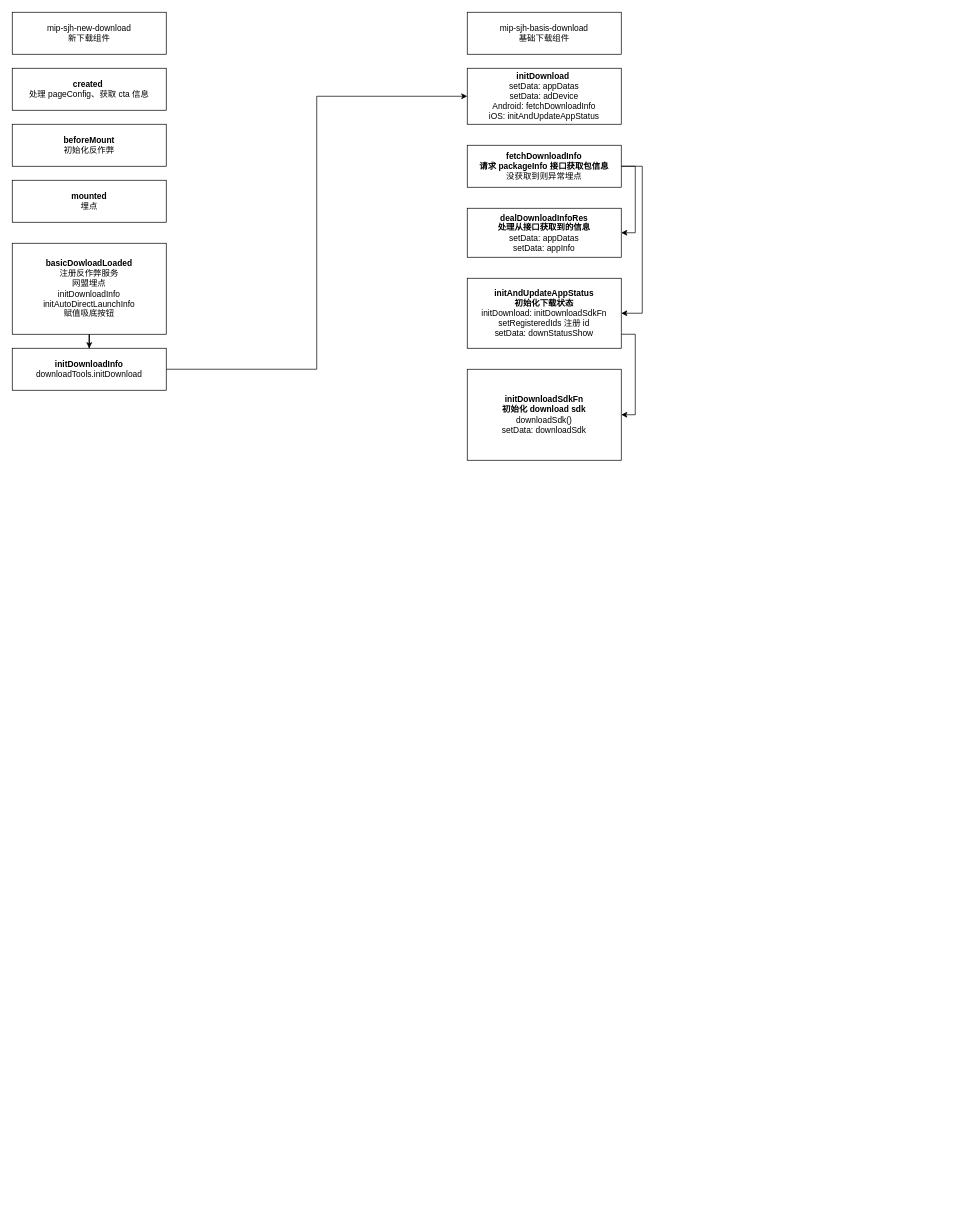
qqqqqcy/processon keeps this draw.io diagram as 下载逻辑关系图.drawio. Above is the earlier version. Source tidied: cells renumbered, new cells numbered last; positions are measured from the earlier drawing's top-left corner, leaving out a move shared by most shapes. Both pictures are drawn from the tidied source at 70%, with x=0, y=0 at pixel (12, 12).
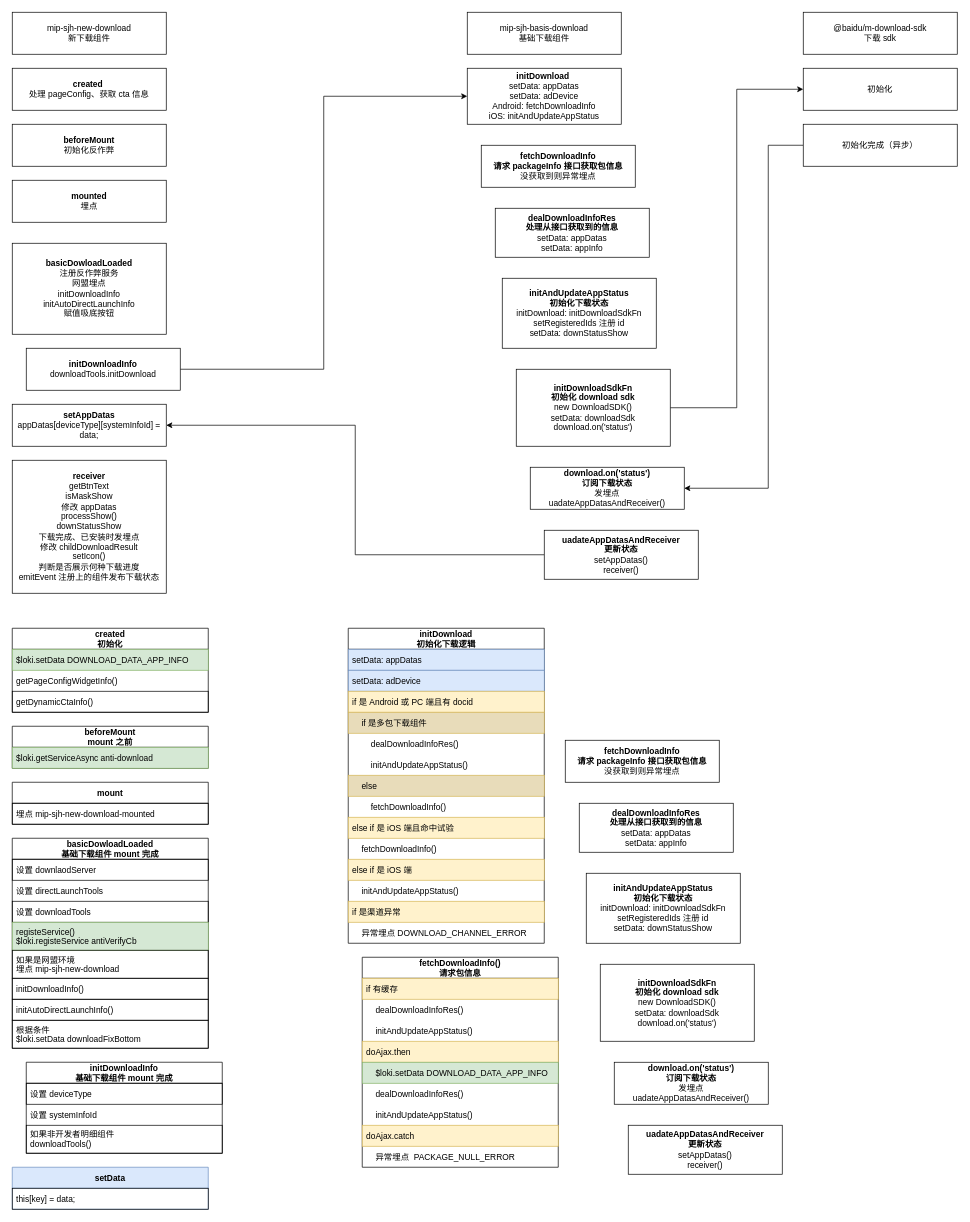
The same page after the edit.

Commit message (it also covers changes not shown here):
Update 下载逻辑关系图.drawio

The change refers to these unchanged cells:
```xml
<mxCell id="7" value="&lt;span&gt;&lt;b&gt;basicDowloadLoaded&lt;br&gt;&lt;/b&gt;注册反作弊服务&lt;br&gt;网盟埋点&lt;br&gt;&lt;/span&gt;initDownloadInfo&lt;br&gt;initAutoDirectLaunchInfo&lt;br&gt;&lt;span&gt;赋值吸底按钮&lt;br&gt;&lt;/span&gt;" style="rounded=0;whiteSpace=wrap;html=1;align=center;" parent="1" vertex="1">
  <mxGeometry y="330" width="220" height="130" as="geometry" />
</mxCell>
```

Change to the diagram source:
```diff
@@
-    <mxCell id="6" style="edgeStyle=orthogonalEdgeStyle;rounded=0;jettySize=auto;html=1;" parent="1" edge="1" source="7" target="9">
-      <mxGeometry relative="1" as="geometry" />
-    </mxCell>
@@
     <mxCell id="9" value="&lt;span&gt;&lt;b&gt;initDownloadInfo&lt;/b&gt;&lt;br&gt;downloadTools.initDownload&lt;br&gt;&lt;/span&gt;" style="whiteSpace=wrap;html=1;rounded=0;" parent="1" vertex="1">
-      <mxGeometry y="480" width="220" height="60" as="geometry" />
+      <mxGeometry x="20" y="480" width="220" height="60" as="geometry" />
     </mxCell>
@@
-    <mxCell id="12" style="edgeStyle=orthogonalEdgeStyle;rounded=0;jettySize=auto;html=1;entryX=1;entryY=0.5;entryDx=0;entryDy=0;exitX=1;exitY=0.5;exitDx=0;exitDy=0;jumpStyle=gap;" parent="1" edge="1" source="14" target="17">
-      <mxGeometry relative="1" as="geometry">
-        <Array as="points">
-          <mxPoint x="900" y="220" />
-          <mxPoint x="900" y="430" />
-        </Array>
-      </mxGeometry>
-    </mxCell>
-    <mxCell id="13" style="edgeStyle=orthogonalEdgeStyle;rounded=0;jumpStyle=gap;jettySize=auto;html=1;entryX=1;entryY=0.5;entryDx=0;entryDy=0;exitX=1;exitY=0.5;exitDx=0;exitDy=0;" parent="1" edge="1" source="14" target="15">
-      <mxGeometry relative="1" as="geometry" />
-    </mxCell>
     <mxCell id="14" value="&lt;b&gt;fetchDownloadInfo&lt;/b&gt;&lt;span&gt;&lt;br&gt;&lt;/span&gt;&lt;b&gt;请求 packageInfo 接口获取包信息&lt;br&gt;&lt;/b&gt;没获取到则异常埋点" style="rounded=0;whiteSpace=wrap;html=1;align=center;" parent="1" vertex="1">
-      <mxGeometry x="650" y="190" width="220" height="60" as="geometry" />
+      <mxGeometry x="670" y="190" width="220" height="60" as="geometry" />
     </mxCell>
     <mxCell id="15" value="&lt;span&gt;&lt;b&gt;dealDownloadInfoRes&lt;/b&gt;&lt;br&gt;&lt;/span&gt;&lt;b&gt;处理从接口获取到的信息&lt;br&gt;&lt;/b&gt;&lt;div&gt;setData: appDatas&lt;br&gt;&lt;/div&gt;&lt;div&gt;setData:&amp;nbsp;appInfo&lt;/div&gt;" style="rounded=0;whiteSpace=wrap;html=1;align=center;" parent="1" vertex="1">
-      <mxGeometry x="650" y="280" width="220" height="70" as="geometry" />
+      <mxGeometry x="690" y="280" width="220" height="70" as="geometry" />
     </mxCell>
-    <mxCell id="16" style="edgeStyle=orthogonalEdgeStyle;rounded=0;jumpStyle=gap;jettySize=auto;html=1;entryX=1;entryY=0.5;entryDx=0;entryDy=0;" parent="1" edge="1" source="17" target="18">
-      <mxGeometry relative="1" as="geometry">
-        <Array as="points">
-          <mxPoint x="890" y="460" />
-          <mxPoint x="890" y="575" />
-        </Array>
-      </mxGeometry>
-    </mxCell>
     <mxCell id="17" value="&lt;span&gt;&lt;b&gt;initAndUpdateAppStatus&lt;/b&gt;&lt;br&gt;&lt;/span&gt;&lt;b&gt;初始化下载状态&lt;br&gt;&lt;/b&gt;&lt;div&gt;initDownload: initDownloadSdkFn&lt;/div&gt;&lt;div&gt;setRegisteredIds 注册 id&lt;br&gt;&lt;/div&gt;&lt;div&gt;setData:&amp;nbsp;downStatusShow&lt;br&gt;&lt;/div&gt;" style="rounded=0;whiteSpace=wrap;html=1;align=center;" parent="1" vertex="1">
-      <mxGeometry x="650" y="380" width="220" height="100" as="geometry" />
+      <mxGeometry x="700" y="380" width="220" height="100" as="geometry" />
     </mxCell>
+    <mxCell id="19" style="edgeStyle=orthogonalEdgeStyle;rounded=0;jumpStyle=gap;jettySize=auto;html=1;entryX=0;entryY=0.5;entryDx=0;entryDy=0;" parent="1" edge="1" source="18" target="21">
+      <mxGeometry relative="1" as="geometry" />
+    </mxCell>
-    <mxCell id="18" value="&lt;span&gt;&lt;b&gt;initDownloadSdkFn&lt;/b&gt;&lt;br&gt;&lt;/span&gt;&lt;b&gt;初始化 download sdk&lt;/b&gt;&lt;br&gt;downloadSdk()&lt;br&gt;setData: downloadSdk" style="rounded=0;whiteSpace=wrap;html=1;align=center;" parent="1" vertex="1">
-      <mxGeometry x="650" y="510" width="220" height="130" as="geometry" />
+    <mxCell id="18" value="&lt;span&gt;&lt;b&gt;initDownloadSdkFn&lt;/b&gt;&lt;br&gt;&lt;/span&gt;&lt;b&gt;初始化 download sdk&lt;/b&gt;&lt;br&gt;new DownloadSDK()&lt;br&gt;setData: downloadSdk&lt;br&gt;download.on('status')" style="rounded=0;whiteSpace=wrap;html=1;align=center;" parent="1" vertex="1">
+      <mxGeometry x="720" y="510" width="220" height="110" as="geometry" />
     </mxCell>
+    <mxCell id="20" value="&lt;span&gt;@baidu/m-download-sdk&lt;br&gt;下载 sdk&lt;br&gt;&lt;/span&gt;" style="rounded=0;whiteSpace=wrap;html=1;align=center;" parent="1" vertex="1">
+      <mxGeometry x="1130" width="220" height="60" as="geometry" />
+    </mxCell>
+    <mxCell id="21" value="&lt;span&gt;初始化&lt;br&gt;&lt;/span&gt;" style="rounded=0;whiteSpace=wrap;html=1;align=center;" parent="1" vertex="1">
+      <mxGeometry x="1130" y="80" width="220" height="60" as="geometry" />
+    </mxCell>
+    <mxCell id="22" style="edgeStyle=orthogonalEdgeStyle;rounded=0;jumpStyle=gap;jettySize=auto;html=1;entryX=1;entryY=0.5;entryDx=0;entryDy=0;" parent="1" edge="1" source="23" target="24">
+      <mxGeometry relative="1" as="geometry">
+        <Array as="points">
+          <mxPoint x="1080" y="190" />
+          <mxPoint x="1080" y="680" />
+        </Array>
+      </mxGeometry>
+    </mxCell>
+    <mxCell id="23" value="&lt;span&gt;初始化完成（异步）&lt;br&gt;&lt;/span&gt;" style="rounded=0;whiteSpace=wrap;html=1;align=center;" parent="1" vertex="1">
+      <mxGeometry x="1130" y="160" width="220" height="60" as="geometry" />
+    </mxCell>
+    <mxCell id="24" value="&lt;b&gt;download.on('status') &lt;br&gt;订阅下载状态&lt;br&gt;&lt;/b&gt;&lt;span&gt;发埋点&lt;br&gt;uadateAppDatasAndReceiver()&lt;/span&gt;&lt;b&gt;&lt;br&gt;&lt;/b&gt;" style="rounded=0;whiteSpace=wrap;html=1;align=center;" parent="1" vertex="1">
+      <mxGeometry x="740" y="650" width="220" height="60" as="geometry" />
+    </mxCell>
+    <mxCell id="25" style="edgeStyle=orthogonalEdgeStyle;rounded=0;jumpStyle=gap;jettySize=auto;html=1;entryX=1;entryY=0.5;entryDx=0;entryDy=0;" parent="1" edge="1" source="26" target="27">
+      <mxGeometry relative="1" as="geometry" />
+    </mxCell>
+    <mxCell id="26" value="&lt;span&gt;&lt;b&gt;uadateAppDatasAndReceiver&lt;br&gt;&lt;/b&gt;&lt;/span&gt;&lt;b&gt;更新状态&lt;/b&gt;&lt;br&gt;setAppDatas()&lt;br&gt;receiver()" style="rounded=0;whiteSpace=wrap;html=1;align=center;" parent="1" vertex="1">
+      <mxGeometry x="760" y="740" width="220" height="70" as="geometry" />
+    </mxCell>
+    <mxCell id="27" value="&lt;span&gt;&lt;b&gt;setAppDatas&lt;br&gt;&lt;/b&gt;&lt;div&gt;appDatas[deviceType][systemInfoId] = data;&lt;/div&gt;&lt;/span&gt;" style="whiteSpace=wrap;html=1;rounded=0;" parent="1" vertex="1">
+      <mxGeometry y="560" width="220" height="60" as="geometry" />
+    </mxCell>
+    <mxCell id="28" value="&lt;b&gt;receiver&lt;/b&gt;&lt;br&gt;getBtnText&lt;br&gt;isMaskShow&lt;br&gt;修改 appDatas&lt;br&gt;processShow()&lt;br&gt;downStatusShow&lt;br&gt;下载完成、已安装时发埋点&lt;br&gt;修改 childDownloadResult&lt;br&gt;setIcon()&lt;br&gt;判断是否展示何种下载进度&lt;br&gt;emitEvent&amp;nbsp;注册上的组件发布下载状态" style="whiteSpace=wrap;html=1;rounded=0;" parent="1" vertex="1">
+      <mxGeometry y="640" width="220" height="190" as="geometry" />
+    </mxCell>
+    <mxCell id="29" value="created&#10;初始化" style="swimlane;fontStyle=1;horizontal=1;startSize=30;" parent="1" vertex="1">
+      <mxGeometry y="880" width="280" height="120" as="geometry" />
+    </mxCell>
+    <mxCell id="30" value="$loki.setData DOWNLOAD_DATA_APP_INFO" style="text;strokeColor=#82b366;fillColor=#d5e8d4;align=left;verticalAlign=middle;spacingLeft=4;spacingRight=4;overflow=hidden;" parent="29" vertex="1">
+      <mxGeometry y="30" width="280" height="30" as="geometry" />
+    </mxCell>
+    <mxCell id="31" value="getPageConfigWidgetInfo()" style="text;align=left;verticalAlign=middle;spacingLeft=4;spacingRight=4;overflow=hidden;" parent="29" vertex="1">
+      <mxGeometry y="60" width="280" height="30" as="geometry" />
+    </mxCell>
+    <mxCell id="32" value="getDynamicCtaInfo()" style="text;align=left;verticalAlign=middle;spacingLeft=4;spacingRight=4;overflow=hidden;strokeColor=default;" parent="29" vertex="1">
+      <mxGeometry y="90" width="280" height="30" as="geometry" />
+    </mxCell>
+    <mxCell id="33" value="beforeMount&#10;mount 之前" style="swimlane;fontStyle=1;horizontal=1;startSize=30;" parent="1" vertex="1">
+      <mxGeometry y="1020" width="280" height="60" as="geometry" />
+    </mxCell>
+    <mxCell id="34" value="$loki.getServiceAsync anti-download" style="text;strokeColor=#82b366;fillColor=#d5e8d4;align=left;verticalAlign=middle;spacingLeft=4;spacingRight=4;overflow=hidden;" parent="33" vertex="1">
+      <mxGeometry y="30" width="280" height="30" as="geometry" />
+    </mxCell>
+    <mxCell id="35" value="mount" style="swimlane;fontStyle=1;horizontal=1;startSize=30;" parent="1" vertex="1">
+      <mxGeometry y="1100" width="280" height="60" as="geometry" />
+    </mxCell>
+    <mxCell id="36" value="埋点 mip-sjh-new-download-mounted" style="text;strokeColor=default;fillColor=none;align=left;verticalAlign=middle;spacingLeft=4;spacingRight=4;overflow=hidden;" parent="35" vertex="1">
+      <mxGeometry y="30" width="280" height="30" as="geometry" />
+    </mxCell>
+    <mxCell id="37" value="basicDowloadLoaded&#10;基础下载组件 mount 完成" style="swimlane;fontStyle=1;horizontal=1;startSize=30;" parent="1" vertex="1">
+      <mxGeometry y="1180" width="280" height="300" as="geometry" />
+    </mxCell>
+    <mxCell id="38" value="设置 downlaodServer" style="text;strokeColor=default;fillColor=none;align=left;verticalAlign=middle;spacingLeft=4;spacingRight=4;overflow=hidden;" parent="37" vertex="1">
+      <mxGeometry y="30" width="280" height="30" as="geometry" />
+    </mxCell>
+    <mxCell id="39" value="设置 directLaunchTools" style="text;align=left;verticalAlign=middle;spacingLeft=4;spacingRight=4;overflow=hidden;" parent="37" vertex="1">
+      <mxGeometry y="60" width="280" height="30" as="geometry" />
+    </mxCell>
+    <mxCell id="40" value="设置 downloadTools" style="text;align=left;verticalAlign=middle;spacingLeft=4;spacingRight=4;overflow=hidden;strokeColor=default;" parent="37" vertex="1">
+      <mxGeometry y="90" width="280" height="30" as="geometry" />
+    </mxCell>
+    <mxCell id="41" value="registeService()&#10;$loki.registeService antiVerifyCb" style="text;align=left;verticalAlign=middle;spacingLeft=4;spacingRight=4;overflow=hidden;strokeColor=#82b366;fillColor=#d5e8d4;" parent="37" vertex="1">
+      <mxGeometry y="120" width="280" height="40" as="geometry" />
+    </mxCell>
+    <mxCell id="42" value="如果是网盟环境&#10;埋点 mip-sjh-new-download" style="text;align=left;verticalAlign=middle;spacingLeft=4;spacingRight=4;overflow=hidden;strokeColor=default;" parent="37" vertex="1">
+      <mxGeometry y="160" width="280" height="40" as="geometry" />
+    </mxCell>
+    <mxCell id="43" value="initDownloadInfo()" style="text;align=left;verticalAlign=middle;spacingLeft=4;spacingRight=4;overflow=hidden;strokeColor=default;" parent="37" vertex="1">
+      <mxGeometry y="200" width="280" height="30" as="geometry" />
+    </mxCell>
+    <mxCell id="44" value="initAutoDirectLaunchInfo()" style="text;align=left;verticalAlign=middle;spacingLeft=4;spacingRight=4;overflow=hidden;strokeColor=default;" parent="37" vertex="1">
+      <mxGeometry y="230" width="280" height="30" as="geometry" />
+    </mxCell>
+    <mxCell id="45" value="根据条件&#10;$loki.setData downloadFixBottom" style="text;align=left;verticalAlign=middle;spacingLeft=4;spacingRight=4;overflow=hidden;strokeColor=default;" parent="37" vertex="1">
+      <mxGeometry y="260" width="280" height="40" as="geometry" />
+    </mxCell>
+    <mxCell id="46" value="initDownloadInfo&#10;基础下载组件 mount 完成" style="swimlane;fontStyle=1;horizontal=1;startSize=30;" parent="1" vertex="1">
+      <mxGeometry x="20" y="1500" width="280" height="130" as="geometry" />
+    </mxCell>
+    <mxCell id="47" value="设置 deviceType" style="text;strokeColor=default;fillColor=none;align=left;verticalAlign=middle;spacingLeft=4;spacingRight=4;overflow=hidden;" parent="46" vertex="1">
+      <mxGeometry y="30" width="280" height="30" as="geometry" />
+    </mxCell>
+    <mxCell id="48" value="设置 systemInfoId" style="text;align=left;verticalAlign=middle;spacingLeft=4;spacingRight=4;overflow=hidden;" parent="46" vertex="1">
+      <mxGeometry y="60" width="280" height="30" as="geometry" />
+    </mxCell>
+    <mxCell id="49" value="如果非开发者明细组件&#10;downloadTools()" style="text;align=left;verticalAlign=middle;spacingLeft=4;spacingRight=4;overflow=hidden;strokeColor=default;" parent="46" vertex="1">
+      <mxGeometry y="90" width="280" height="40" as="geometry" />
+    </mxCell>
+    <mxCell id="50" value="initDownload&#10;初始化下载逻辑" style="swimlane;fontStyle=1;horizontal=1;startSize=30;" parent="1" vertex="1">
+      <mxGeometry x="480" y="880" width="280" height="450" as="geometry" />
+    </mxCell>
+    <mxCell id="51" value="setData: appDatas" style="text;strokeColor=#6c8ebf;fillColor=#dae8fc;align=left;verticalAlign=middle;spacingLeft=4;spacingRight=4;overflow=hidden;" parent="50" vertex="1">
+      <mxGeometry y="30" width="280" height="30" as="geometry" />
+    </mxCell>
+    <mxCell id="52" value="setData: adDevice" style="text;strokeColor=#6c8ebf;fillColor=#dae8fc;align=left;verticalAlign=middle;spacingLeft=4;spacingRight=4;overflow=hidden;" parent="50" vertex="1">
+      <mxGeometry y="60" width="280" height="30" as="geometry" />
+    </mxCell>
+    <mxCell id="53" value="if 是 Android 或 PC 端且有 docid" style="text;align=left;verticalAlign=middle;spacingLeft=4;spacingRight=4;overflow=hidden;glass=0;rounded=0;fillColor=#fff2cc;strokeColor=#d6b656;" parent="50" vertex="1">
+      <mxGeometry y="90" width="280" height="30" as="geometry" />
+    </mxCell>
+    <mxCell id="54" value="    if 是多包下载组件" style="text;align=left;verticalAlign=middle;spacingLeft=4;spacingRight=4;overflow=hidden;glass=0;rounded=0;fillColor=#E8DCBA;strokeColor=#d6b656;" parent="50" vertex="1">
+      <mxGeometry y="120" width="280" height="30" as="geometry" />
+    </mxCell>
+    <mxCell id="55" value="        dealDownloadInfoRes()" style="text;align=left;verticalAlign=middle;spacingLeft=4;spacingRight=4;overflow=hidden;glass=0;rounded=0;" parent="50" vertex="1">
+      <mxGeometry y="150" width="280" height="30" as="geometry" />
+    </mxCell>
+    <mxCell id="56" value="        initAndUpdateAppStatus()" style="text;align=left;verticalAlign=middle;spacingLeft=4;spacingRight=4;overflow=hidden;glass=0;rounded=0;" parent="50" vertex="1">
+      <mxGeometry y="180" width="280" height="30" as="geometry" />
+    </mxCell>
+    <mxCell id="57" value="    else" style="text;align=left;verticalAlign=middle;spacingLeft=4;spacingRight=4;overflow=hidden;glass=0;rounded=0;fillColor=#E8DCBA;strokeColor=#d6b656;" parent="50" vertex="1">
+      <mxGeometry y="210" width="280" height="30" as="geometry" />
+    </mxCell>
+    <mxCell id="58" value="        fetchDownloadInfo()" style="text;align=left;verticalAlign=middle;spacingLeft=4;spacingRight=4;overflow=hidden;glass=0;rounded=0;" parent="50" vertex="1">
+      <mxGeometry y="240" width="280" height="30" as="geometry" />
+    </mxCell>
+    <mxCell id="59" value="else if 是 iOS 端且命中试验" style="text;align=left;verticalAlign=middle;spacingLeft=4;spacingRight=4;overflow=hidden;glass=0;rounded=0;fillColor=#fff2cc;strokeColor=#d6b656;" parent="50" vertex="1">
+      <mxGeometry y="270" width="280" height="30" as="geometry" />
+    </mxCell>
+    <mxCell id="60" value="    fetchDownloadInfo()" style="text;align=left;verticalAlign=middle;spacingLeft=4;spacingRight=4;overflow=hidden;glass=0;rounded=0;" parent="50" vertex="1">
+      <mxGeometry y="300" width="280" height="30" as="geometry" />
+    </mxCell>
+    <mxCell id="61" value="else if 是 iOS 端" style="text;align=left;verticalAlign=middle;spacingLeft=4;spacingRight=4;overflow=hidden;glass=0;rounded=0;fillColor=#fff2cc;strokeColor=#d6b656;" parent="50" vertex="1">
+      <mxGeometry y="330" width="280" height="30" as="geometry" />
+    </mxCell>
+    <mxCell id="62" value="    initAndUpdateAppStatus()" style="text;align=left;verticalAlign=middle;spacingLeft=4;spacingRight=4;overflow=hidden;glass=0;rounded=0;" parent="50" vertex="1">
+      <mxGeometry y="360" width="280" height="30" as="geometry" />
+    </mxCell>
+    <mxCell id="63" value="if 是渠道异常" style="text;align=left;verticalAlign=middle;spacingLeft=4;spacingRight=4;overflow=hidden;glass=0;rounded=0;fillColor=#fff2cc;strokeColor=#d6b656;" parent="50" vertex="1">
+      <mxGeometry y="390" width="280" height="30" as="geometry" />
+    </mxCell>
+    <mxCell id="64" value="    异常埋点 DOWNLOAD_CHANNEL_ERROR" style="text;align=left;verticalAlign=middle;spacingLeft=4;spacingRight=4;overflow=hidden;glass=0;rounded=0;" parent="50" vertex="1">
+      <mxGeometry y="420" width="280" height="30" as="geometry" />
+    </mxCell>
+    <mxCell id="65" value="&lt;b&gt;fetchDownloadInfo&lt;/b&gt;&lt;span&gt;&lt;br&gt;&lt;/span&gt;&lt;b&gt;请求 packageInfo 接口获取包信息&lt;br&gt;&lt;/b&gt;没获取到则异常埋点" style="rounded=0;whiteSpace=wrap;html=1;align=center;" parent="1" vertex="1">
+      <mxGeometry x="790" y="1040" width="220" height="60" as="geometry" />
+    </mxCell>
+    <mxCell id="66" value="&lt;span&gt;&lt;b&gt;dealDownloadInfoRes&lt;/b&gt;&lt;br&gt;&lt;/span&gt;&lt;b&gt;处理从接口获取到的信息&lt;br&gt;&lt;/b&gt;&lt;div&gt;setData: appDatas&lt;br&gt;&lt;/div&gt;&lt;div&gt;setData:&amp;nbsp;appInfo&lt;/div&gt;" style="rounded=0;whiteSpace=wrap;html=1;align=center;" parent="1" vertex="1">
+      <mxGeometry x="810" y="1130" width="220" height="70" as="geometry" />
+    </mxCell>
+    <mxCell id="67" value="&lt;span&gt;&lt;b&gt;initAndUpdateAppStatus&lt;/b&gt;&lt;br&gt;&lt;/span&gt;&lt;b&gt;初始化下载状态&lt;br&gt;&lt;/b&gt;&lt;div&gt;initDownload: initDownloadSdkFn&lt;/div&gt;&lt;div&gt;setRegisteredIds 注册 id&lt;br&gt;&lt;/div&gt;&lt;div&gt;setData:&amp;nbsp;downStatusShow&lt;br&gt;&lt;/div&gt;" style="rounded=0;whiteSpace=wrap;html=1;align=center;" parent="1" vertex="1">
+      <mxGeometry x="820" y="1230" width="220" height="100" as="geometry" />
+    </mxCell>
+    <mxCell id="68" value="&lt;span&gt;&lt;b&gt;initDownloadSdkFn&lt;/b&gt;&lt;br&gt;&lt;/span&gt;&lt;b&gt;初始化 download sdk&lt;/b&gt;&lt;br&gt;new DownloadSDK()&lt;br&gt;setData: downloadSdk&lt;br&gt;download.on('status')" style="rounded=0;whiteSpace=wrap;html=1;align=center;" parent="1" vertex="1">
+      <mxGeometry x="840" y="1360" width="220" height="110" as="geometry" />
+    </mxCell>
+    <mxCell id="69" value="&lt;b&gt;download.on('status') &lt;br&gt;订阅下载状态&lt;br&gt;&lt;/b&gt;&lt;span&gt;发埋点&lt;br&gt;uadateAppDatasAndReceiver()&lt;/span&gt;&lt;b&gt;&lt;br&gt;&lt;/b&gt;" style="rounded=0;whiteSpace=wrap;html=1;align=center;" parent="1" vertex="1">
+      <mxGeometry x="860" y="1500" width="220" height="60" as="geometry" />
+    </mxCell>
+    <mxCell id="70" value="&lt;span&gt;&lt;b&gt;uadateAppDatasAndReceiver&lt;br&gt;&lt;/b&gt;&lt;/span&gt;&lt;b&gt;更新状态&lt;/b&gt;&lt;br&gt;setAppDatas()&lt;br&gt;receiver()" style="rounded=0;whiteSpace=wrap;html=1;align=center;" parent="1" vertex="1">
+      <mxGeometry x="880" y="1590" width="220" height="70" as="geometry" />
+    </mxCell>
+    <mxCell id="71" value="setData" style="swimlane;fontStyle=1;horizontal=1;startSize=30;fillColor=#dae8fc;strokeColor=#6c8ebf;" parent="1" vertex="1">
+      <mxGeometry y="1650" width="280" height="60" as="geometry" />
+    </mxCell>
+    <mxCell id="72" value="this[key] = data;" style="text;strokeColor=default;fillColor=none;align=left;verticalAlign=middle;spacingLeft=4;spacingRight=4;overflow=hidden;" parent="71" vertex="1">
+      <mxGeometry y="30" width="280" height="30" as="geometry" />
+    </mxCell>
+    <mxCell id="73" value="fetchDownloadInfo()&#10;请求包信息" style="swimlane;fontStyle=1;horizontal=1;startSize=30;" parent="1" vertex="1">
+      <mxGeometry x="500" y="1350" width="280" height="300" as="geometry" />
+    </mxCell>
+    <mxCell id="74" value="if 有缓存" style="text;align=left;verticalAlign=middle;spacingLeft=4;spacingRight=4;overflow=hidden;glass=0;rounded=0;fillColor=#fff2cc;strokeColor=#d6b656;" parent="73" vertex="1">
+      <mxGeometry y="30" width="280" height="30" as="geometry" />
+    </mxCell>
+    <mxCell id="75" value="    dealDownloadInfoRes()" style="text;align=left;verticalAlign=middle;spacingLeft=4;spacingRight=4;overflow=hidden;" parent="73" vertex="1">
+      <mxGeometry y="60" width="280" height="30" as="geometry" />
+    </mxCell>
+    <mxCell id="76" value="    initAndUpdateAppStatus()" style="text;align=left;verticalAlign=middle;spacingLeft=4;spacingRight=4;overflow=hidden;" parent="73" vertex="1">
+      <mxGeometry y="90" width="280" height="30" as="geometry" />
+    </mxCell>
+    <mxCell id="77" value="doAjax.then" style="text;align=left;verticalAlign=middle;spacingLeft=4;spacingRight=4;overflow=hidden;glass=0;rounded=0;strokeColor=#d6b656;fillColor=#fff2cc;" parent="73" vertex="1">
+      <mxGeometry y="120" width="280" height="30" as="geometry" />
+    </mxCell>
+    <mxCell id="78" value="    $loki.setData DOWNLOAD_DATA_APP_INFO " style="text;align=left;verticalAlign=middle;spacingLeft=4;spacingRight=4;overflow=hidden;fillColor=#d5e8d4;strokeColor=#82b366;" parent="73" vertex="1">
+      <mxGeometry y="150" width="280" height="30" as="geometry" />
+    </mxCell>
+    <mxCell id="79" value="    dealDownloadInfoRes()" style="text;align=left;verticalAlign=middle;spacingLeft=4;spacingRight=4;overflow=hidden;" parent="73" vertex="1">
+      <mxGeometry y="180" width="280" height="30" as="geometry" />
+    </mxCell>
+    <mxCell id="80" value="    initAndUpdateAppStatus()" style="text;align=left;verticalAlign=middle;spacingLeft=4;spacingRight=4;overflow=hidden;" parent="73" vertex="1">
+      <mxGeometry y="210" width="280" height="30" as="geometry" />
+    </mxCell>
+    <mxCell id="81" value="doAjax.catch" style="text;align=left;verticalAlign=middle;spacingLeft=4;spacingRight=4;overflow=hidden;glass=0;rounded=0;strokeColor=#d6b656;fillColor=#fff2cc;" parent="73" vertex="1">
+      <mxGeometry y="240" width="280" height="30" as="geometry" />
+    </mxCell>
+    <mxCell id="82" value="    异常埋点  PACKAGE_NULL_ERROR" style="text;align=left;verticalAlign=middle;spacingLeft=4;spacingRight=4;overflow=hidden;" parent="73" vertex="1">
+      <mxGeometry y="270" width="280" height="30" as="geometry" />
+    </mxCell>
```
